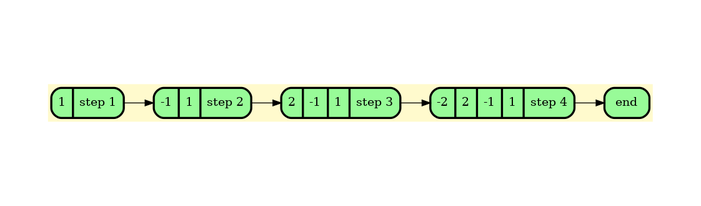
Earlier version of the Graphviz export graphDump/dump.png (BulgakovDmitry/LFU_cache). Its source is kept beside it as graphDump/dump.gv.
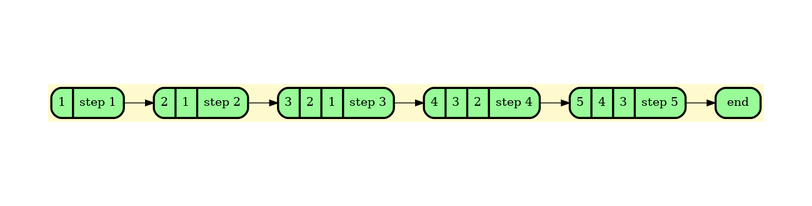
After the commit.

What changed in the source:
```diff
@@ -5,13 +5,15 @@
     bgcolor="lemonchiffon";
 
 	node_0 [shape=Mrecord; style = filled; fillcolor = palegreen;color = "#000000"; fontcolor = "#000000";  label=" {1 | step 1} "];
-	node_1 [shape=Mrecord; style = filled; fillcolor = palegreen;color = "#000000"; fontcolor = "#000000";  label=" {-1 | 1 | step 2} "];
-	node_2 [shape=Mrecord; style = filled; fillcolor = palegreen;color = "#000000"; fontcolor = "#000000";  label=" {2 | -1 | 1 | step 3} "];
-	node_3 [shape=Mrecord; style = filled; fillcolor = palegreen;color = "#000000"; fontcolor = "#000000";  label=" {-2 | 2 | -1 | 1 | step 4} "];
-	node_4 [shape=Mrecord; style = filled; fillcolor = palegreen;color = "#000000"; fontcolor = "#000000";  label=" { end }"];
+	node_1 [shape=Mrecord; style = filled; fillcolor = palegreen;color = "#000000"; fontcolor = "#000000";  label=" {2 | 1 | step 2} "];
+	node_2 [shape=Mrecord; style = filled; fillcolor = palegreen;color = "#000000"; fontcolor = "#000000";  label=" {3 | 2 | 1 | step 3} "];
+	node_3 [shape=Mrecord; style = filled; fillcolor = palegreen;color = "#000000"; fontcolor = "#000000";  label=" {4 | 3 | 2 | step 4} "];
+	node_4 [shape=Mrecord; style = filled; fillcolor = palegreen;color = "#000000"; fontcolor = "#000000";  label=" {5 | 4 | 3 | step 5} "];
+	node_5 [shape=Mrecord; style = filled; fillcolor = palegreen;color = "#000000"; fontcolor = "#000000";  label=" { end }"];
 
 	node_0 -> node_1
 	node_1 -> node_2
 	node_2 -> node_3
 	node_3 -> node_4
+	node_4 -> node_5
 }
```
